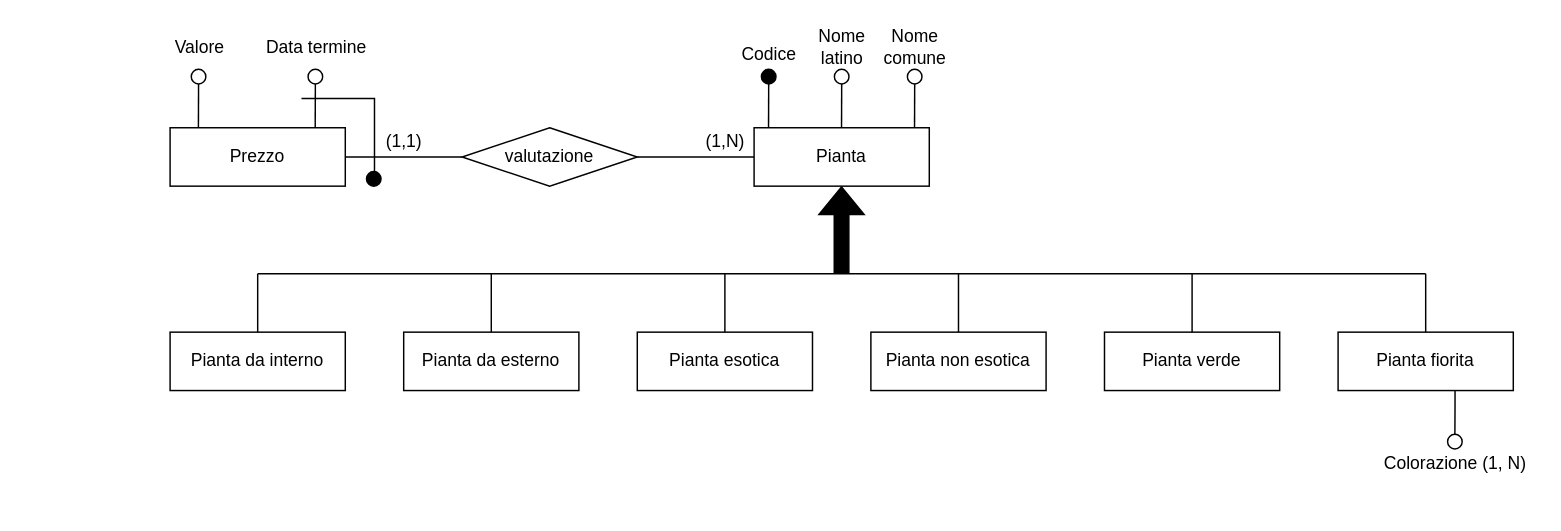
The draw.io diagram ER-diagrams/ER-Piante-bis.drawio in nic-agos/Verde-S.R.L, before the edit. Source tidied: cells renumbered, new cells numbered last; positions are measured from the earlier drawing's top-left corner, leaving out a move shared by most shapes. Both pictures are drawn from the tidied source at 146%, with x=0, y=0 at pixel (161, 25).
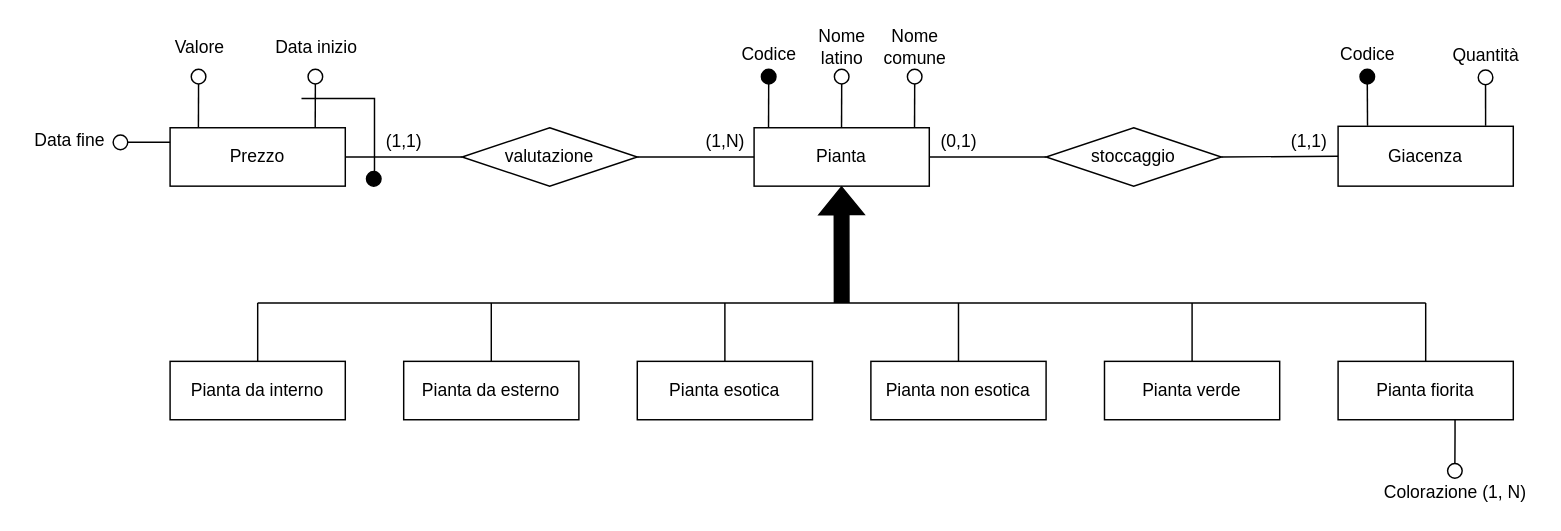
After the change.

The change refers to these unchanged cells:
```xml
<mxCell id="5" value="Pianta" style="rounded=0;whiteSpace=wrap;html=1;strokeWidth=1;perimeterSpacing=0;" parent="1" vertex="1">
  <mxGeometry x="406" y="70" width="120" height="40" as="geometry" />
</mxCell>
<mxCell id="29" value="Prezzo" style="rounded=0;whiteSpace=wrap;html=1;strokeWidth=1;perimeterSpacing=0;" parent="1" vertex="1">
  <mxGeometry x="6" y="70" width="120" height="40" as="geometry" />
</mxCell>
```

Change to the diagram source:
```diff
@@
     <mxCell id="2" value="Pianta da interno" style="rounded=0;whiteSpace=wrap;html=1;strokeWidth=1;perimeterSpacing=0;" parent="1" vertex="1">
-      <mxGeometry x="6" y="210" width="120" height="40" as="geometry" />
+      <mxGeometry x="6" y="230" width="120" height="40" as="geometry" />
     </mxCell>
     <mxCell id="3" value="Pianta da esterno" style="rounded=0;whiteSpace=wrap;html=1;strokeWidth=1;perimeterSpacing=0;" parent="1" vertex="1">
-      <mxGeometry x="166" y="210" width="120" height="40" as="geometry" />
+      <mxGeometry x="166" y="230" width="120" height="40" as="geometry" />
     </mxCell>
     <mxCell id="4" value="Pianta esotica" style="rounded=0;whiteSpace=wrap;html=1;strokeWidth=1;perimeterSpacing=0;" parent="1" vertex="1">
-      <mxGeometry x="326" y="210" width="120" height="40" as="geometry" />
+      <mxGeometry x="326" y="230" width="120" height="40" as="geometry" />
     </mxCell>
@@
     <mxCell id="6" value="Pianta non esotica" style="rounded=0;whiteSpace=wrap;html=1;strokeWidth=1;perimeterSpacing=0;" parent="1" vertex="1">
-      <mxGeometry x="486" y="210" width="120" height="40" as="geometry" />
+      <mxGeometry x="486" y="230" width="120" height="40" as="geometry" />
     </mxCell>
     <mxCell id="7" value="Pianta verde" style="rounded=0;whiteSpace=wrap;html=1;strokeWidth=1;perimeterSpacing=0;" parent="1" vertex="1">
-      <mxGeometry x="646" y="210" width="120" height="40" as="geometry" />
+      <mxGeometry x="646" y="230" width="120" height="40" as="geometry" />
     </mxCell>
     <mxCell id="8" value="Pianta fiorita" style="rounded=0;whiteSpace=wrap;html=1;strokeWidth=1;perimeterSpacing=0;" parent="1" vertex="1">
-      <mxGeometry x="806" y="210" width="120" height="40" as="geometry" />
+      <mxGeometry x="806" y="230" width="120" height="40" as="geometry" />
     </mxCell>
     <mxCell id="9" style="endArrow=none;html=1;rounded=0;" parent="1" edge="1">
       <mxGeometry relative="1" as="geometry">
-        <mxPoint x="66" y="170" as="sourcePoint" />
-        <mxPoint x="866" y="170" as="targetPoint" />
+        <mxPoint x="66" y="190" as="sourcePoint" />
+        <mxPoint x="866" y="190" as="targetPoint" />
       </mxGeometry>
     </mxCell>
     <mxCell id="10" style="endArrow=none;html=1;rounded=0;exitX=0.5;exitY=0;exitDx=0;exitDy=0;" parent="1" edge="1" source="8">
       <mxGeometry relative="1" as="geometry">
-        <mxPoint x="866" y="170" as="targetPoint" />
+        <mxPoint x="866" y="190" as="targetPoint" />
       </mxGeometry>
     </mxCell>
     <mxCell id="11" style="endArrow=none;html=1;rounded=0;exitX=0.5;exitY=0;exitDx=0;exitDy=0;" parent="1" edge="1" source="7">
       <mxGeometry relative="1" as="geometry">
-        <mxPoint x="706" y="170" as="targetPoint" />
+        <mxPoint x="706" y="190" as="targetPoint" />
       </mxGeometry>
     </mxCell>
     <mxCell id="12" style="endArrow=none;html=1;rounded=0;exitX=0.5;exitY=0;exitDx=0;exitDy=0;" parent="1" edge="1" source="6">
       <mxGeometry relative="1" as="geometry">
-        <mxPoint x="546" y="170" as="targetPoint" />
+        <mxPoint x="546" y="190" as="targetPoint" />
       </mxGeometry>
     </mxCell>
     <mxCell id="13" style="endArrow=none;html=1;rounded=0;exitX=0.5;exitY=0;exitDx=0;exitDy=0;" parent="1" edge="1" source="4">
       <mxGeometry relative="1" as="geometry">
-        <mxPoint x="386" y="170" as="targetPoint" />
+        <mxPoint x="386" y="190" as="targetPoint" />
       </mxGeometry>
     </mxCell>
     <mxCell id="14" style="endArrow=none;html=1;rounded=0;exitX=0.5;exitY=0;exitDx=0;exitDy=0;" parent="1" edge="1" source="3">
       <mxGeometry relative="1" as="geometry">
-        <mxPoint x="226" y="170" as="targetPoint" />
+        <mxPoint x="226" y="190" as="targetPoint" />
       </mxGeometry>
     </mxCell>
     <mxCell id="15" style="endArrow=none;html=1;rounded=0;exitX=0.5;exitY=0;exitDx=0;exitDy=0;" parent="1" edge="1" source="2">
       <mxGeometry relative="1" as="geometry">
-        <mxPoint x="66" y="170" as="targetPoint" />
+        <mxPoint x="66" y="190" as="targetPoint" />
       </mxGeometry>
     </mxCell>
     <mxCell id="16" style="shape=flexArrow;endArrow=classic;html=1;rounded=0;fillColor=#000000;" parent="1" edge="1">
       <mxGeometry relative="1" as="geometry">
-        <mxPoint x="465.9" y="170" as="sourcePoint" />
+        <mxPoint x="466" y="190" as="sourcePoint" />
         <mxPoint x="465.9" y="110" as="targetPoint" />
       </mxGeometry>
     </mxCell>
@@
     <mxCell id="26" style="endArrow=none;html=1;rounded=0;fillColor=#000000;entryX=0.5;entryY=0;entryDx=0;entryDy=0;" parent="1" edge="1" target="27">
       <mxGeometry relative="1" as="geometry">
-        <mxPoint x="886.1" y="250" as="sourcePoint" />
+        <mxPoint x="886.1" y="270" as="sourcePoint" />
         <Array as="points">
-          <mxPoint x="886.1" y="260" />
+          <mxPoint x="886.1" y="280" />
         </Array>
       </mxGeometry>
     </mxCell>
     <mxCell id="27" style="ellipse;whiteSpace=wrap;html=1;strokeWidth=1;fillColor=none;" parent="1" vertex="1">
-      <mxGeometry x="881" y="280" width="10" height="10" as="geometry" />
+      <mxGeometry x="881" y="300" width="10" height="10" as="geometry" />
     </mxCell>
     <mxCell id="28" value="Colorazione (1, N)" style="text;html=1;align=center;verticalAlign=middle;strokeColor=none;fillColor=none;" parent="1" vertex="1">
-      <mxGeometry x="831" y="290" width="110" height="20" as="geometry" />
+      <mxGeometry x="831" y="310" width="110" height="20" as="geometry" />
     </mxCell>
@@
-    <mxCell id="37" value="Data termine" style="text;html=1;align=center;verticalAlign=middle;strokeColor=none;fillColor=none;" parent="1" vertex="1">
-      <mxGeometry x="65.5" y="5" width="80" height="20" as="geometry" />
+    <mxCell id="37" value="Data inizio" style="text;html=1;align=center;verticalAlign=middle;strokeColor=none;fillColor=none;" parent="1" vertex="1">
+      <mxGeometry x="70.5" y="5" width="70" height="20" as="geometry" />
     </mxCell>
@@
+    <mxCell id="43" style="ellipse;whiteSpace=wrap;html=1;strokeWidth=1;fillColor=none;" parent="1" vertex="1">
+      <mxGeometry x="-33" y="75" width="10" height="10" as="geometry" />
+    </mxCell>
+    <mxCell id="44" style="endArrow=none;html=1;rounded=0;exitX=1;exitY=0.5;exitDx=0;exitDy=0;entryX=0;entryY=0.25;entryDx=0;entryDy=0;" parent="1" edge="1" source="43" target="29">
+      <mxGeometry relative="1" as="geometry" />
+    </mxCell>
+    <mxCell id="45" value="Data fine" style="text;html=1;align=center;verticalAlign=middle;strokeColor=none;fillColor=none;" parent="1" vertex="1">
+      <mxGeometry x="-93" y="69" width="60" height="20" as="geometry" />
+    </mxCell>
+    <mxCell id="46" value="Giacenza" style="rounded=0;whiteSpace=wrap;html=1;strokeWidth=1;perimeterSpacing=0;" parent="1" vertex="1">
+      <mxGeometry x="806" y="69" width="120" height="41" as="geometry" />
+    </mxCell>
+    <mxCell id="47" value="stoccaggio" style="rhombus;whiteSpace=wrap;html=1;" parent="1" vertex="1">
+      <mxGeometry x="606" y="70" width="120" height="40" as="geometry" />
+    </mxCell>
+    <mxCell id="48" style="endArrow=none;html=1;rounded=0;exitX=1;exitY=0.5;exitDx=0;exitDy=0;entryX=0;entryY=0.5;entryDx=0;entryDy=0;" parent="1" edge="1" source="5" target="47">
+      <mxGeometry relative="1" as="geometry" />
+    </mxCell>
+    <mxCell id="49" style="endArrow=none;html=1;rounded=0;entryX=0;entryY=0.5;entryDx=0;entryDy=0;exitX=1;exitY=0.5;exitDx=0;exitDy=0;" parent="1" edge="1" source="47" target="46">
+      <mxGeometry relative="1" as="geometry" />
+    </mxCell>
+    <mxCell id="50" value="(0,1)" style="text;html=1;align=center;verticalAlign=middle;strokeColor=none;fillColor=none;" parent="1" vertex="1">
+      <mxGeometry x="526" y="70" width="40" height="20" as="geometry" />
+    </mxCell>
+    <mxCell id="51" value="(1,1)" style="text;html=1;align=center;verticalAlign=middle;strokeColor=none;fillColor=none;" parent="1" vertex="1">
+      <mxGeometry x="766" y="70" width="40" height="20" as="geometry" />
+    </mxCell>
+    <mxCell id="52" style="endArrow=none;html=1;rounded=0;fillColor=#000000;exitX=0.5;exitY=1;exitDx=0;exitDy=0;entryX=0.168;entryY=-0.011;entryDx=0;entryDy=0;entryPerimeter=0;" parent="1" edge="1" source="53" target="46">
+      <mxGeometry relative="1" as="geometry" />
+    </mxCell>
+    <mxCell id="53" style="ellipse;whiteSpace=wrap;html=1;strokeWidth=1;fillColor=#000000;" parent="1" vertex="1">
+      <mxGeometry x="821" y="30" width="10" height="10" as="geometry" />
+    </mxCell>
+    <mxCell id="54" value="Codice" style="text;html=1;align=center;verticalAlign=middle;strokeColor=none;fillColor=none;" parent="1" vertex="1">
+      <mxGeometry x="801" y="10" width="50" height="20" as="geometry" />
+    </mxCell>
+    <mxCell id="55" style="endArrow=none;html=1;rounded=0;fillColor=#000000;exitX=0.5;exitY=1;exitDx=0;exitDy=0;entryX=0.842;entryY=-0.009;entryDx=0;entryDy=0;entryPerimeter=0;" parent="1" edge="1" source="56" target="46">
+      <mxGeometry relative="1" as="geometry" />
+    </mxCell>
+    <mxCell id="56" style="ellipse;whiteSpace=wrap;html=1;strokeWidth=1;fillColor=none;" parent="1" vertex="1">
+      <mxGeometry x="902" y="30.5" width="10" height="10" as="geometry" />
+    </mxCell>
+    <mxCell id="57" value="Quantità" style="text;html=1;align=center;verticalAlign=middle;strokeColor=none;fillColor=none;" parent="1" vertex="1">
+      <mxGeometry x="877" y="10.5" width="60" height="20" as="geometry" />
+    </mxCell>
```
